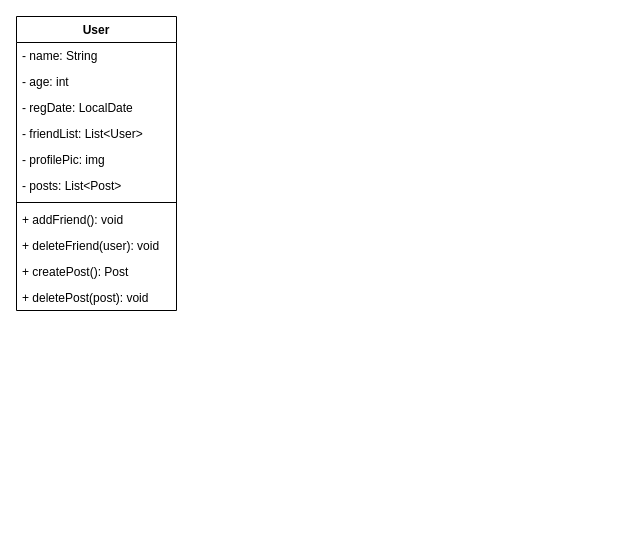
The draw.io diagram SocialMedia.drawio in paethrick/social, before the edit. Source tidied: cells renumbered, new cells numbered last; positions are measured from the earlier drawing's top-left corner, leaving out a move shared by most shapes. Both pictures are drawn from the tidied source at 100%, with x=0, y=0 at pixel (16, 16).
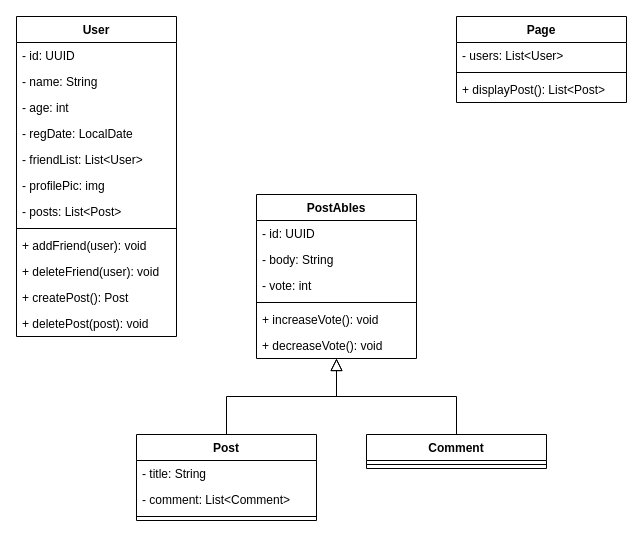
After the change.

What changed in the source:
```diff
@@
     <mxCell id="2" value="User" style="swimlane;fontStyle=1;horizontal=1;startSize=26;" parent="1" vertex="1">
-      <mxGeometry width="160" height="294" as="geometry" />
+      <mxGeometry width="160" height="320" as="geometry" />
     </mxCell>
-    <mxCell id="3" value="- name: String" style="text;strokeColor=none;fillColor=none;align=left;verticalAlign=top;spacingLeft=4;spacingRight=4;overflow=hidden;" parent="2" vertex="1">
+    <mxCell id="3" value="- id: UUID" style="text;strokeColor=none;fillColor=none;align=left;verticalAlign=top;spacingLeft=4;spacingRight=4;overflow=hidden;" parent="2" vertex="1">
       <mxGeometry y="26" width="160" height="26" as="geometry" />
     </mxCell>
+    <mxCell id="14" value="- name: String" style="text;strokeColor=none;fillColor=none;align=left;verticalAlign=top;spacingLeft=4;spacingRight=4;overflow=hidden;" parent="2" vertex="1">
+      <mxGeometry y="52" width="160" height="26" as="geometry" />
+    </mxCell>
     <mxCell id="4" value="- age: int" style="text;strokeColor=none;fillColor=none;align=left;verticalAlign=top;spacingLeft=4;spacingRight=4;overflow=hidden;" parent="2" vertex="1">
-      <mxGeometry y="52" width="160" height="26" as="geometry" />
+      <mxGeometry y="78" width="160" height="26" as="geometry" />
     </mxCell>
     <mxCell id="5" value="- regDate: LocalDate" style="text;strokeColor=none;fillColor=none;align=left;verticalAlign=top;spacingLeft=4;spacingRight=4;overflow=hidden;" parent="2" vertex="1">
-      <mxGeometry y="78" width="160" height="26" as="geometry" />
+      <mxGeometry y="104" width="160" height="26" as="geometry" />
     </mxCell>
     <mxCell id="6" value="- friendList: List&lt;User&gt;" style="text;strokeColor=none;fillColor=none;align=left;verticalAlign=top;spacingLeft=4;spacingRight=4;overflow=hidden;" parent="2" vertex="1">
-      <mxGeometry y="104" width="160" height="26" as="geometry" />
+      <mxGeometry y="130" width="160" height="26" as="geometry" />
     </mxCell>
     <mxCell id="7" value="- profilePic: img" style="text;strokeColor=none;fillColor=none;align=left;verticalAlign=top;spacingLeft=4;spacingRight=4;overflow=hidden;" parent="2" vertex="1">
-      <mxGeometry y="130" width="160" height="26" as="geometry" />
+      <mxGeometry y="156" width="160" height="26" as="geometry" />
     </mxCell>
     <mxCell id="8" value="- posts: List&lt;Post&gt;" style="text;strokeColor=none;fillColor=none;align=left;verticalAlign=top;spacingLeft=4;spacingRight=4;overflow=hidden;" parent="2" vertex="1">
-      <mxGeometry y="156" width="160" height="26" as="geometry" />
+      <mxGeometry y="182" width="160" height="26" as="geometry" />
     </mxCell>
     <mxCell id="9" style="line;strokeWidth=1;fillColor=none;align=left;verticalAlign=middle;spacingTop=-1;spacingLeft=3;spacingRight=3;labelPosition=right;" parent="2" vertex="1">
-      <mxGeometry y="182" width="160" height="8" as="geometry" />
+      <mxGeometry y="208" width="160" height="8" as="geometry" />
     </mxCell>
-    <mxCell id="10" value="+ addFriend(): void" style="text;strokeColor=none;fillColor=none;align=left;verticalAlign=top;spacingLeft=4;spacingRight=4;overflow=hidden;" parent="2" vertex="1">
-      <mxGeometry y="190" width="160" height="26" as="geometry" />
+    <mxCell id="10" value="+ addFriend(user): void" style="text;strokeColor=none;fillColor=none;align=left;verticalAlign=top;spacingLeft=4;spacingRight=4;overflow=hidden;" parent="2" vertex="1">
+      <mxGeometry y="216" width="160" height="26" as="geometry" />
     </mxCell>
     <mxCell id="11" value="+ deleteFriend(user): void" style="text;strokeColor=none;fillColor=none;align=left;verticalAlign=top;spacingLeft=4;spacingRight=4;overflow=hidden;" parent="2" vertex="1">
-      <mxGeometry y="216" width="160" height="26" as="geometry" />
+      <mxGeometry y="242" width="160" height="26" as="geometry" />
     </mxCell>
     <mxCell id="12" value="+ createPost(): Post" style="text;strokeColor=none;fillColor=none;align=left;verticalAlign=top;spacingLeft=4;spacingRight=4;overflow=hidden;" parent="2" vertex="1">
-      <mxGeometry y="242" width="160" height="26" as="geometry" />
+      <mxGeometry y="268" width="160" height="26" as="geometry" />
     </mxCell>
     <mxCell id="13" value="+ deletePost(post): void" style="text;strokeColor=none;fillColor=none;align=left;verticalAlign=top;spacingLeft=4;spacingRight=4;overflow=hidden;" parent="2" vertex="1">
-      <mxGeometry y="268" width="160" height="26" as="geometry" />
+      <mxGeometry y="294" width="160" height="26" as="geometry" />
     </mxCell>
+    <mxCell id="15" value="Page" style="swimlane;fontStyle=1;horizontal=1;startSize=26;" parent="1" vertex="1">
+      <mxGeometry x="440" width="170" height="86" as="geometry" />
+    </mxCell>
+    <mxCell id="16" value="- users: List&lt;User&gt;" style="text;strokeColor=none;fillColor=none;align=left;verticalAlign=top;spacingLeft=4;spacingRight=4;overflow=hidden;" parent="15" vertex="1">
+      <mxGeometry y="26" width="170" height="26" as="geometry" />
+    </mxCell>
+    <mxCell id="17" style="line;strokeWidth=1;fillColor=none;align=left;verticalAlign=middle;spacingTop=-1;spacingLeft=3;spacingRight=3;labelPosition=right;" parent="15" vertex="1">
+      <mxGeometry y="52" width="170" height="8" as="geometry" />
+    </mxCell>
+    <mxCell id="18" value="+ displayPost(): List&lt;Post&gt;" style="text;strokeColor=none;fillColor=none;align=left;verticalAlign=top;spacingLeft=4;spacingRight=4;overflow=hidden;" parent="15" vertex="1">
+      <mxGeometry y="60" width="170" height="26" as="geometry" />
+    </mxCell>
+    <mxCell id="19" style="edgeStyle=orthogonalEdgeStyle;rounded=0;jettySize=auto;html=1;endArrow=block;endFill=0;endSize=10;" parent="1" edge="1" source="20" target="24">
+      <mxGeometry relative="1" as="geometry" />
+    </mxCell>
+    <mxCell id="20" value="Post" style="swimlane;fontStyle=1;horizontal=1;startSize=26;" parent="1" vertex="1">
+      <mxGeometry x="120" y="418" width="180" height="86" as="geometry" />
+    </mxCell>
+    <mxCell id="21" value="- title: String" style="text;strokeColor=none;fillColor=none;align=left;verticalAlign=top;spacingLeft=4;spacingRight=4;overflow=hidden;" parent="20" vertex="1">
+      <mxGeometry y="26" width="180" height="26" as="geometry" />
+    </mxCell>
+    <mxCell id="22" value="- comment: List&lt;Comment&gt;" style="text;strokeColor=none;fillColor=none;align=left;verticalAlign=top;spacingLeft=4;spacingRight=4;overflow=hidden;" parent="20" vertex="1">
+      <mxGeometry y="52" width="180" height="26" as="geometry" />
+    </mxCell>
+    <mxCell id="23" style="line;strokeWidth=1;fillColor=none;align=left;verticalAlign=middle;spacingTop=-1;spacingLeft=3;spacingRight=3;labelPosition=right;" parent="20" vertex="1">
+      <mxGeometry y="78" width="180" height="8" as="geometry" />
+    </mxCell>
+    <mxCell id="24" value="PostAbles" style="swimlane;fontStyle=1;horizontal=1;startSize=26;" parent="1" vertex="1">
+      <mxGeometry x="240" y="178" width="160" height="164" as="geometry" />
+    </mxCell>
+    <mxCell id="25" value="- id: UUID" style="text;strokeColor=none;fillColor=none;align=left;verticalAlign=top;spacingLeft=4;spacingRight=4;overflow=hidden;" parent="24" vertex="1">
+      <mxGeometry y="26" width="160" height="26" as="geometry" />
+    </mxCell>
+    <mxCell id="26" value="- body: String" style="text;strokeColor=none;fillColor=none;align=left;verticalAlign=top;spacingLeft=4;spacingRight=4;overflow=hidden;" parent="24" vertex="1">
+      <mxGeometry y="52" width="160" height="26" as="geometry" />
+    </mxCell>
+    <mxCell id="27" value="- vote: int" style="text;strokeColor=none;fillColor=none;align=left;verticalAlign=top;spacingLeft=4;spacingRight=4;overflow=hidden;" parent="24" vertex="1">
+      <mxGeometry y="78" width="160" height="26" as="geometry" />
+    </mxCell>
+    <mxCell id="28" style="line;strokeWidth=1;fillColor=none;align=left;verticalAlign=middle;spacingTop=-1;spacingLeft=3;spacingRight=3;labelPosition=right;" parent="24" vertex="1">
+      <mxGeometry y="104" width="160" height="8" as="geometry" />
+    </mxCell>
+    <mxCell id="29" value="+ increaseVote(): void" style="text;strokeColor=none;fillColor=none;align=left;verticalAlign=top;spacingLeft=4;spacingRight=4;overflow=hidden;" parent="24" vertex="1">
+      <mxGeometry y="112" width="160" height="26" as="geometry" />
+    </mxCell>
+    <mxCell id="30" value="+ decreaseVote(): void" style="text;strokeColor=none;fillColor=none;align=left;verticalAlign=top;spacingLeft=4;spacingRight=4;overflow=hidden;" parent="24" vertex="1">
+      <mxGeometry y="138" width="160" height="26" as="geometry" />
+    </mxCell>
+    <mxCell id="31" style="edgeStyle=orthogonalEdgeStyle;rounded=0;jettySize=auto;html=1;endArrow=block;endFill=0;endSize=10;" parent="1" edge="1" source="32" target="24">
+      <mxGeometry relative="1" as="geometry" />
+    </mxCell>
+    <mxCell id="32" value="Comment" style="swimlane;fontStyle=1;horizontal=1;startSize=26;" parent="1" vertex="1">
+      <mxGeometry x="350" y="418" width="180" height="34" as="geometry" />
+    </mxCell>
+    <mxCell id="33" style="line;strokeWidth=1;fillColor=none;align=left;verticalAlign=middle;spacingTop=-1;spacingLeft=3;spacingRight=3;labelPosition=right;" parent="32" vertex="1">
+      <mxGeometry y="26" width="180" height="8" as="geometry" />
+    </mxCell>
```
